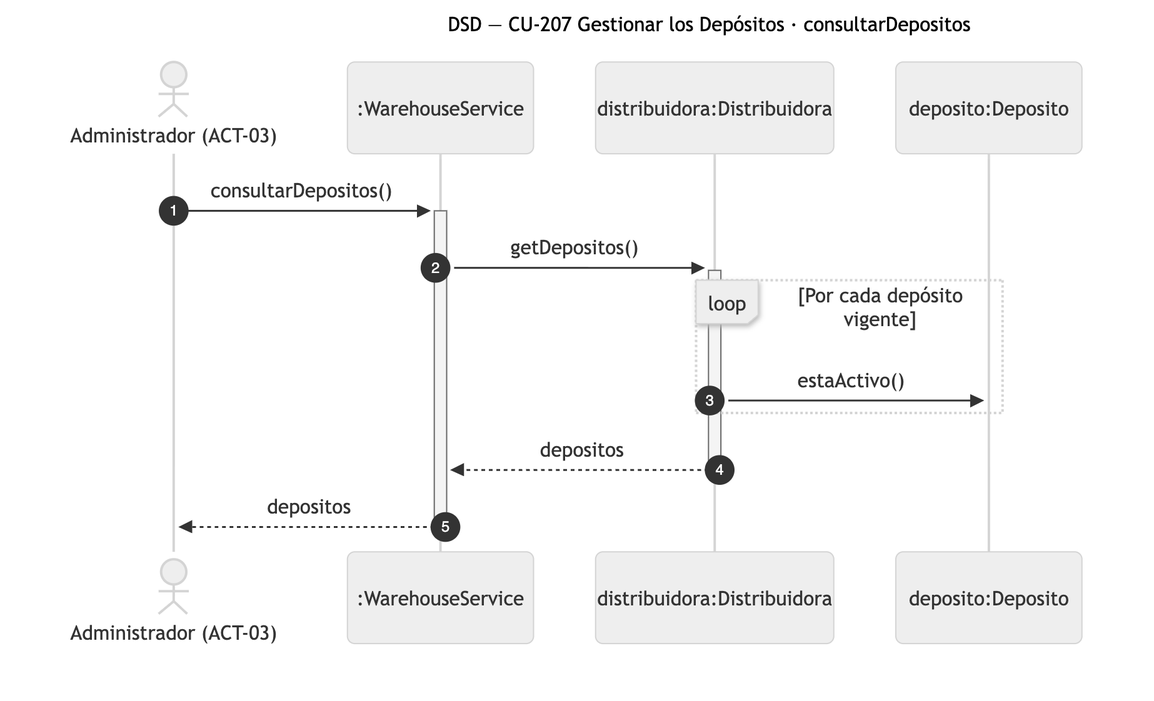
Before: diagramas/png/DSD_CU-207_consultarDepositos.png, a diagram exported from Mermaid (Nahuelito-Dev/splg-docs). Its source is kept beside it as diagramas/DSD_CU-207_consultarDepositos.mmd.
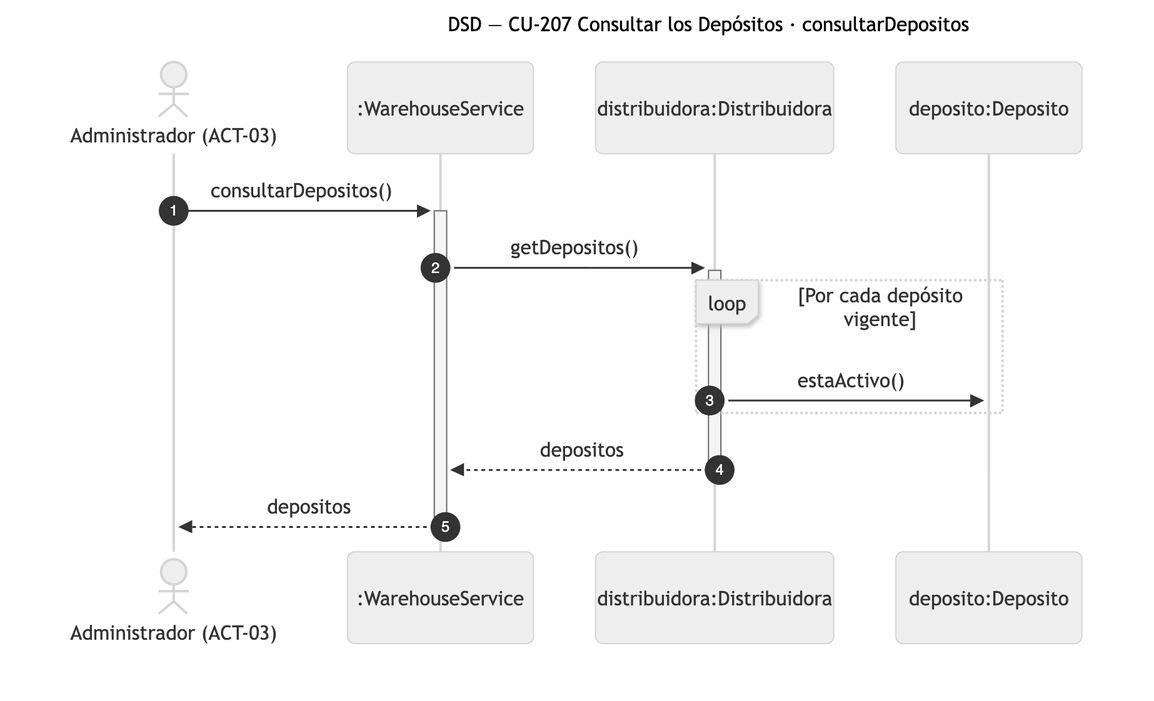
Later version of the same file.

The edit, as a diff of the source:
```diff
@@ -1,5 +1,5 @@
 sequenceDiagram
-    title DSD — CU-207 Gestionar los Depósitos · consultarDepositos
+    title DSD — CU-207 Consultar los Depósitos · consultarDepositos
     autonumber
     actor ADM as Administrador (ACT-03)
     participant SRV as :WarehouseService
```
